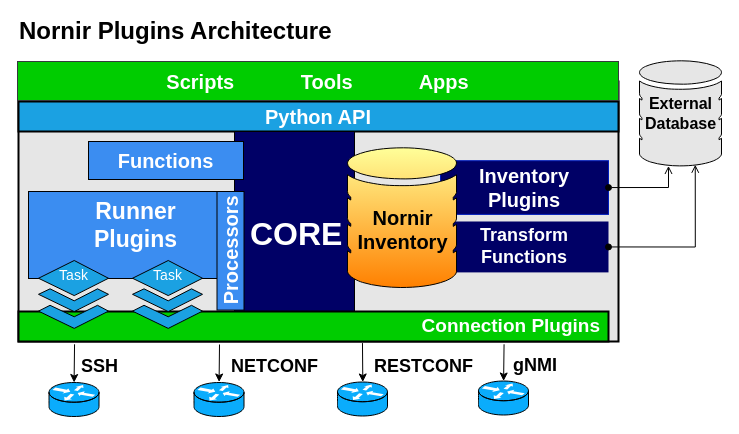
This is docs/_images/Nornir3_Plugins_v0.drawio from nornir-automation/nornir, a draw.io file, before an edit. Source tidied: cells renumbered, new cells numbered last; positions are measured from the earlier drawing's top-left corner, leaving out a move shared by most shapes. Both pictures are drawn from the tidied source at 100%, with x=0, y=0 at pixel (17, 21).
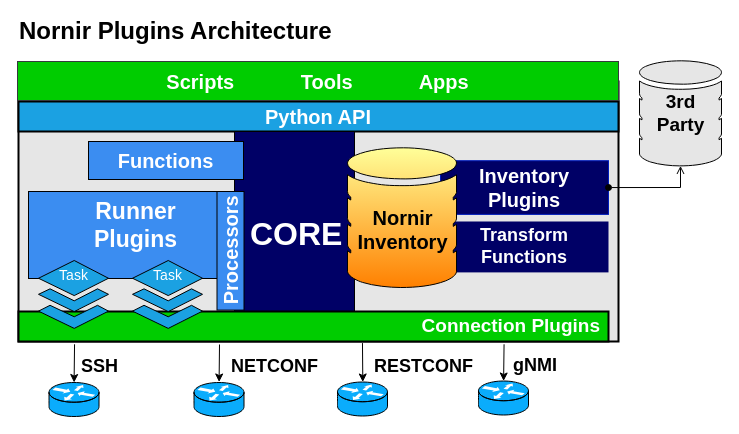
After the change.

Commit message (it also covers changes not shown here):
Renamed External Databse to 3rd Party, removed arrow from transform functions to 3rd party

The change refers to these unchanged cells:
```xml
<mxCell id="5" value="Inventory &lt;br&gt;Plugins" style="text;html=1;strokeColor=#001DBC;align=center;verticalAlign=middle;whiteSpace=wrap;rounded=0;shadow=0;glass=0;sketch=0;fontSize=20;fontColor=#ffffff;rotation=0;fillColor=#000066;fontStyle=1;" parent="1" vertex="1">
  <mxGeometry x="423" y="139.2" width="168" height="53.7" as="geometry" />
</mxCell>
<mxCell id="6" value="Transform &lt;br&gt;Functions" style="text;html=1;strokeColor=none;align=center;verticalAlign=middle;whiteSpace=wrap;rounded=0;shadow=0;glass=0;sketch=0;fontSize=18;fontColor=#FFFFFF;rotation=0;fillColor=#000066;fontStyle=1;" parent="1" vertex="1">
  <mxGeometry x="423" y="200" width="168" height="50.9" as="geometry" />
</mxCell>
```

The edit, as a diff of the source:
```diff
@@
-    <mxCell id="2" value="External&lt;br style=&quot;font-size: 16px;&quot;&gt;Database" style="html=1;shadow=0;align=center;verticalAlign=middle;shape=mxgraph.gcp2.database_2;labelPosition=center;verticalLabelPosition=middle;fontSize=16;fontStyle=1;gradientDirection=south;fillColor=#E6E6E6;" parent="1" vertex="1">
+    <mxCell id="2" value="3rd &lt;br style=&quot;font-size: 19px;&quot;&gt;Party" style="html=1;shadow=0;align=center;verticalAlign=middle;shape=mxgraph.gcp2.database_2;labelPosition=center;verticalLabelPosition=middle;fontSize=19;fontStyle=1;gradientDirection=south;fillColor=#E6E6E6;" parent="1" vertex="1">
       <mxGeometry x="622" y="39.3" width="82" height="105.1" as="geometry" />
     </mxCell>
@@
     <mxCell id="28" style="edgeStyle=orthogonalEdgeStyle;rounded=0;jettySize=auto;html=1;entryX=1;entryY=0.5;entryDx=0;entryDy=0;fontSize=16;fontColor=#FFFFFF;startArrow=open;startFill=0;endArrow=oval;endFill=1;" parent="1" edge="1" source="2" target="5">
       <mxGeometry relative="1" as="geometry">
         <Array as="points">
-          <mxPoint x="651" y="166" />
+          <mxPoint x="663" y="166" />
         </Array>
       </mxGeometry>
     </mxCell>
-    <mxCell id="29" style="edgeStyle=orthogonalEdgeStyle;rounded=0;jettySize=auto;html=1;entryX=1;entryY=0.5;entryDx=0;entryDy=0;fontSize=16;fontColor=#FFFFFF;startArrow=open;startFill=0;endArrow=oval;endFill=1;exitX=0.68;exitY=0.989;exitDx=0;exitDy=0;exitPerimeter=0;" parent="1" edge="1" source="2" target="6">
-      <mxGeometry relative="1" as="geometry">
-        <Array as="points">
-          <mxPoint x="678" y="225" />
-        </Array>
-      </mxGeometry>
-    </mxCell>
```
